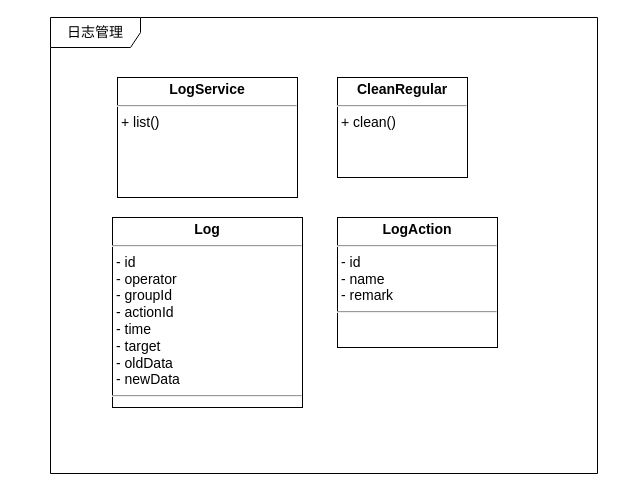
Above: IOTManage/class-log.drawio in waterwatermelon/graph (draw.io), before the change. Source tidied: cells renumbered, new cells numbered last; positions are measured from the earlier drawing's top-left corner, leaving out a move shared by most shapes. Both pictures are drawn from the tidied source at 100%, with x=0, y=0 at pixel (50, 17).
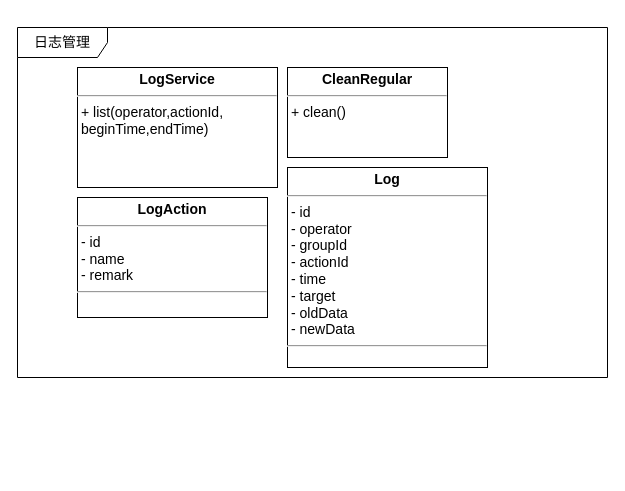
Above is the later version.

What changed in the source:
```diff
@@
 <mxGraphModel>
   <root>
     <mxCell id="0" />
     <mxCell id="1" parent="0" />
     <mxCell id="2" value="日志管理" style="shape=umlFrame;whiteSpace=wrap;html=1;rounded=0;shadow=0;comic=0;labelBackgroundColor=none;strokeColor=#000000;strokeWidth=1;fillColor=#ffffff;fontFamily=Verdana;fontSize=14;fontColor=#000000;align=center;width=90;height=30;" parent="1" vertex="1">
-      <mxGeometry width="547" height="456" as="geometry" />
+      <mxGeometry x="-33" y="10" width="590" height="350" as="geometry" />
     </mxCell>
-    <mxCell id="3" value="&lt;p style=&quot;margin: 4px 0px 0px ; text-align: center ; font-size: 14px&quot;&gt;&lt;b&gt;LogService&lt;/b&gt;&lt;/p&gt;&lt;hr style=&quot;font-size: 14px&quot;&gt;&lt;p style=&quot;margin: 0px 0px 0px 4px ; font-size: 14px&quot;&gt;+ list()&lt;/p&gt;&lt;p style=&quot;margin: 0px 0px 0px 4px ; font-size: 14px&quot;&gt;&lt;br&gt;&lt;/p&gt;" style="verticalAlign=top;align=left;overflow=fill;fontSize=14;fontFamily=Helvetica;html=1;" parent="1" vertex="1">
-      <mxGeometry x="67" y="60" width="180" height="120" as="geometry" />
+    <mxCell id="3" value="&lt;p style=&quot;margin: 4px 0px 0px ; text-align: center ; font-size: 14px&quot;&gt;&lt;b&gt;LogService&lt;/b&gt;&lt;/p&gt;&lt;hr style=&quot;font-size: 14px&quot;&gt;&lt;p style=&quot;margin: 0px 0px 0px 4px ; font-size: 14px&quot;&gt;+ list(operator,actionId,&lt;/p&gt;&lt;p style=&quot;margin: 0px 0px 0px 4px ; font-size: 14px&quot;&gt;&lt;span&gt;beginTime,endTime)&lt;/span&gt;&lt;/p&gt;&lt;p style=&quot;margin: 0px 0px 0px 4px ; font-size: 14px&quot;&gt;&lt;br&gt;&lt;/p&gt;" style="verticalAlign=top;align=left;overflow=fill;fontSize=14;fontFamily=Helvetica;html=1;" parent="1" vertex="1">
+      <mxGeometry x="27" y="50" width="200" height="120" as="geometry" />
     </mxCell>
     <mxCell id="4" value="&lt;p style=&quot;margin: 4px 0px 0px ; text-align: center ; font-size: 14px&quot;&gt;&lt;b&gt;CleanRegular&lt;/b&gt;&lt;/p&gt;&lt;hr style=&quot;font-size: 14px&quot;&gt;&lt;p style=&quot;margin: 0px 0px 0px 4px ; font-size: 14px&quot;&gt;+ clean()&lt;/p&gt;" style="verticalAlign=top;align=left;overflow=fill;fontSize=14;fontFamily=Helvetica;html=1;" parent="1" vertex="1">
-      <mxGeometry x="287" y="60" width="130" height="100" as="geometry" />
+      <mxGeometry x="237" y="50" width="160" height="90" as="geometry" />
     </mxCell>
     <mxCell id="5" value="&lt;p style=&quot;margin: 4px 0px 0px ; text-align: center ; font-size: 14px&quot;&gt;&lt;b&gt;Log&lt;/b&gt;&lt;br&gt;&lt;/p&gt;&lt;hr style=&quot;font-size: 14px&quot;&gt;&lt;p style=&quot;margin: 0px 0px 0px 4px ; font-size: 14px&quot;&gt;- id&lt;/p&gt;&lt;p style=&quot;margin: 0px 0px 0px 4px ; font-size: 14px&quot;&gt;- operator&lt;/p&gt;&lt;p style=&quot;margin: 0px 0px 0px 4px ; font-size: 14px&quot;&gt;- groupId&lt;/p&gt;&lt;p style=&quot;margin: 0px 0px 0px 4px ; font-size: 14px&quot;&gt;- actionId&lt;/p&gt;&lt;p style=&quot;margin: 0px 0px 0px 4px ; font-size: 14px&quot;&gt;- time&lt;/p&gt;&lt;p style=&quot;margin: 0px 0px 0px 4px ; font-size: 14px&quot;&gt;- target&lt;/p&gt;&lt;p style=&quot;margin: 0px 0px 0px 4px ; font-size: 14px&quot;&gt;- oldData&lt;/p&gt;&lt;p style=&quot;margin: 0px 0px 0px 4px ; font-size: 14px&quot;&gt;- newData&amp;nbsp;&lt;/p&gt;&lt;hr style=&quot;font-size: 14px&quot;&gt;&lt;p style=&quot;margin: 0px 0px 0px 4px ; font-size: 14px&quot;&gt;&lt;br&gt;&lt;/p&gt;" style="verticalAlign=top;align=left;overflow=fill;fontSize=14;fontFamily=Helvetica;html=1;" parent="1" vertex="1">
-      <mxGeometry x="62" y="200" width="190" height="190" as="geometry" />
+      <mxGeometry x="237" y="150" width="200" height="200" as="geometry" />
     </mxCell>
     <mxCell id="6" value="&lt;p style=&quot;margin: 4px 0px 0px ; text-align: center ; font-size: 14px&quot;&gt;&lt;b&gt;LogAction&lt;/b&gt;&lt;br&gt;&lt;/p&gt;&lt;hr style=&quot;font-size: 14px&quot;&gt;&lt;p style=&quot;margin: 0px 0px 0px 4px ; font-size: 14px&quot;&gt;- id&lt;/p&gt;&lt;p style=&quot;margin: 0px 0px 0px 4px ; font-size: 14px&quot;&gt;- name&lt;/p&gt;&lt;p style=&quot;margin: 0px 0px 0px 4px ; font-size: 14px&quot;&gt;- remark&lt;span&gt;&amp;nbsp;&lt;/span&gt;&lt;/p&gt;&lt;hr style=&quot;font-size: 14px&quot;&gt;&lt;p style=&quot;margin: 0px 0px 0px 4px ; font-size: 14px&quot;&gt;&lt;br&gt;&lt;/p&gt;" style="verticalAlign=top;align=left;overflow=fill;fontSize=14;fontFamily=Helvetica;html=1;" parent="1" vertex="1">
-      <mxGeometry x="287" y="200" width="160" height="130" as="geometry" />
+      <mxGeometry x="27" y="180" width="190" height="120" as="geometry" />
     </mxCell>
   </root>
 </mxGraphModel>
```
